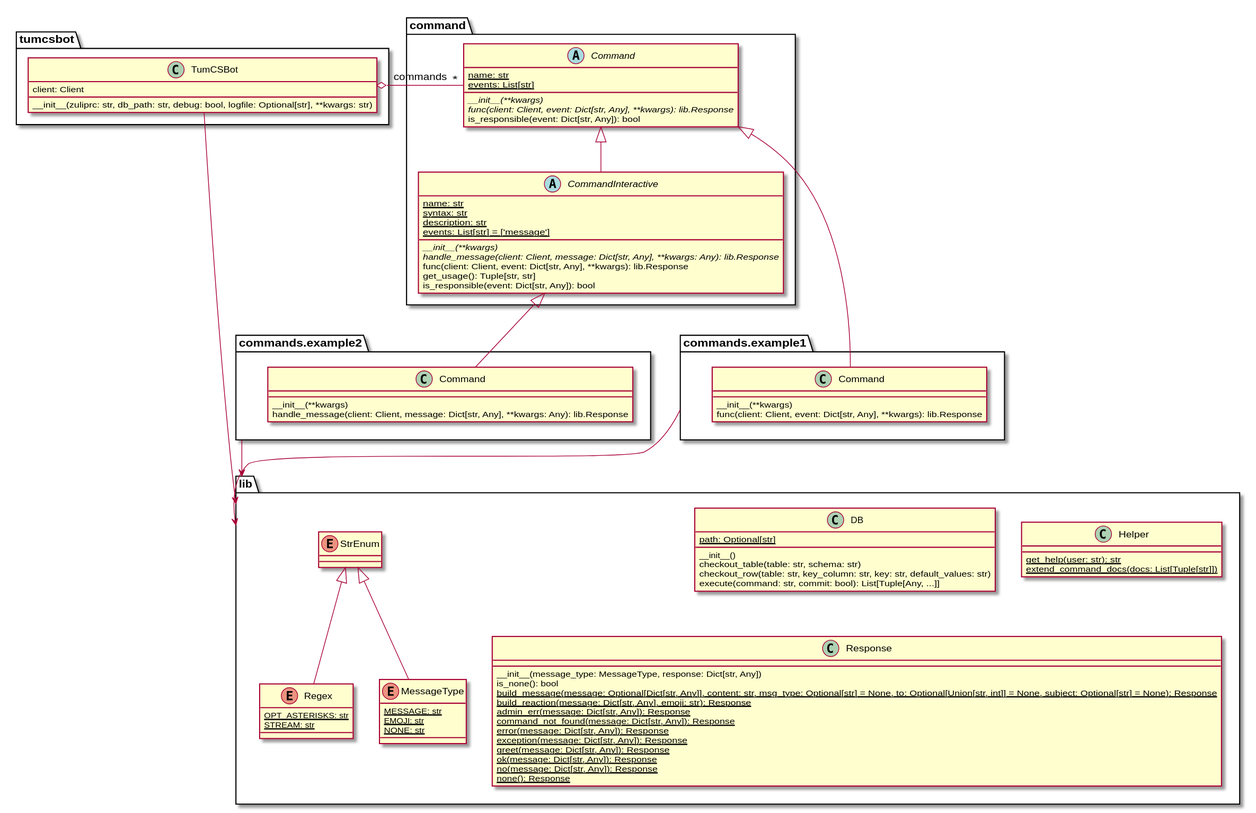
Earlier version of the PlantUML export class_diagram.svg (ro-i/tumcsbot).
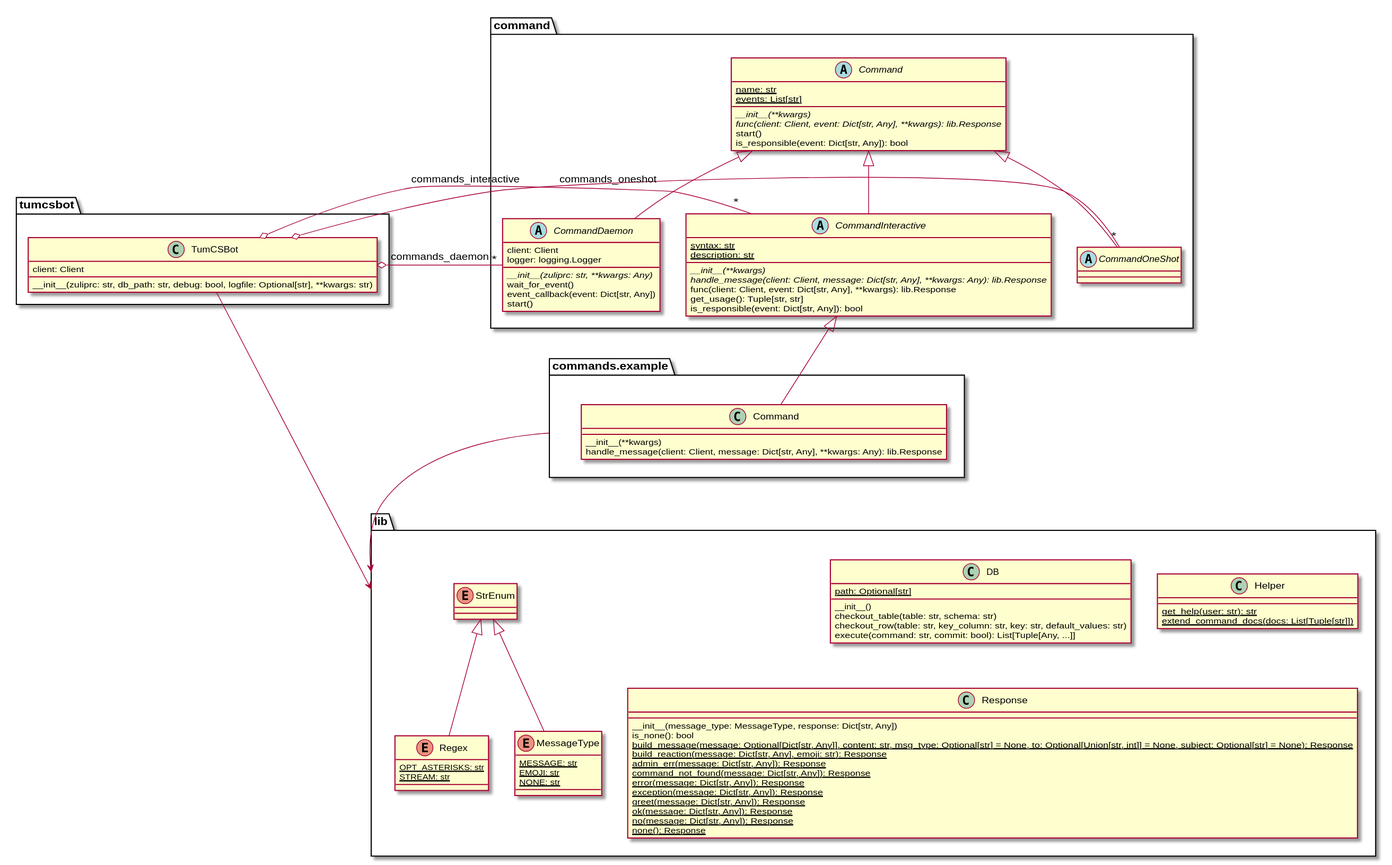
After the change.

What changed in the source:
```diff
@@ -5,12 +5,7 @@
 __init__(zuliprc: str, db_path: str, debug: bool, logfile: Optional[str], **kwargs: str)
 }
 
-class commands.example1.Command extends command.Command {
-__init__(**kwargs)
-func(client: Client, event: Dict[str, Any], **kwargs): lib.Response
-}
-
-class commands.example2.Command extends command.CommandInteractive {
+class commands.example.Command extends command.CommandInteractive {
 __init__(**kwargs)
 handle_message(client: Client, message: Dict[str, Any], **kwargs: Any): lib.Response
 }
@@ -20,14 +15,25 @@
 {static} events: List[str]
 {abstract} __init__(**kwargs)
 {abstract} func(client: Client, event: Dict[str, Any], **kwargs): lib.Response
+start()
 is_responsible(event: Dict[str, Any]): bool
 }
 
+abstract class command.CommandDaemon extends command.Command {
+client: Client
+logger: logging.Logger
+{abstract} __init__(zuliprc: str, **kwargs: Any)
+wait_for_event()
+event_callback(event: Dict[str, Any])
+start()
+}
+
+abstract class command.CommandOneShot extends command.Command {
+}
+
 abstract class command.CommandInteractive extends command.Command {
-{static} name: str
 {static} syntax: str
 {static} description: str
-{static} events: List[str] = ['message']
 {abstract} __init__(**kwargs)
 {abstract} handle_message(client: Client,  message: Dict[str, Any], **kwargs: Any): lib.Response
 func(client: Client, event: Dict[str, Any], **kwargs): lib.Response
@@ -76,9 +82,10 @@
 {static} NONE: str
 }
 
-tumcsbot.TumCSBot o- "*" command.Command  : commands
+tumcsbot.TumCSBot o- "*" command.CommandDaemon : commands_daemon
+tumcsbot.TumCSBot o- "*" command.CommandInteractive : commands_interactive
+tumcsbot.TumCSBot o- "*" command.CommandOneShot : commands_oneshot
 tumcsbot.TumCSBot -down-> lib
-commands.example1 -down-> lib
-commands.example2 -down-> lib
+commands.example -down-> lib
 
 @enduml
```
